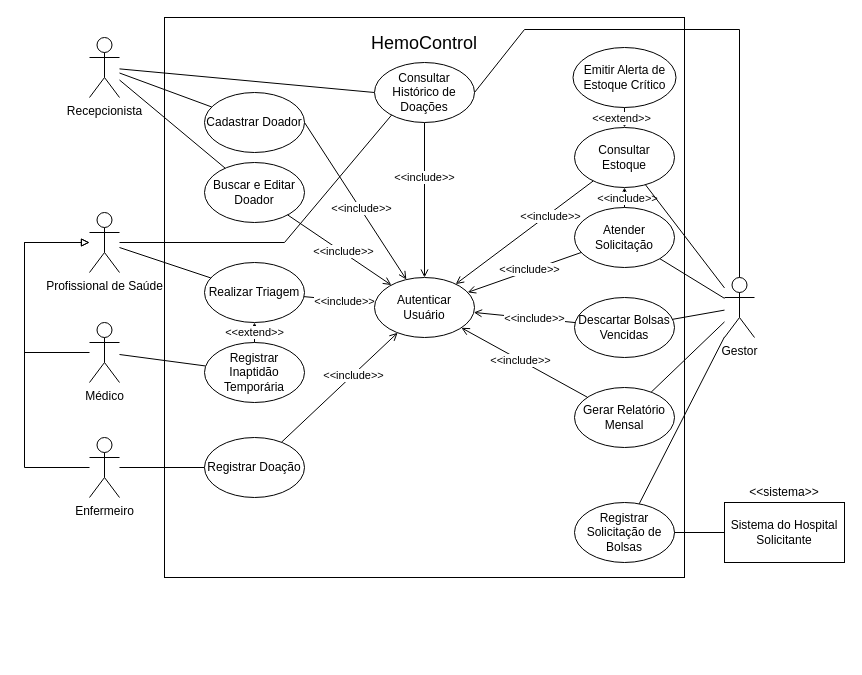
Grabiie/hemocontrol keeps this draw.io diagram as docs/casos-de-uso.drawio. Above is the earlier version. Source tidied: cells renumbered, new cells numbered last; positions are measured from the earlier drawing's top-left corner, leaving out a move shared by most shapes. Both pictures are drawn from the tidied source at 100%, with x=0, y=0 at pixel (24, 17).
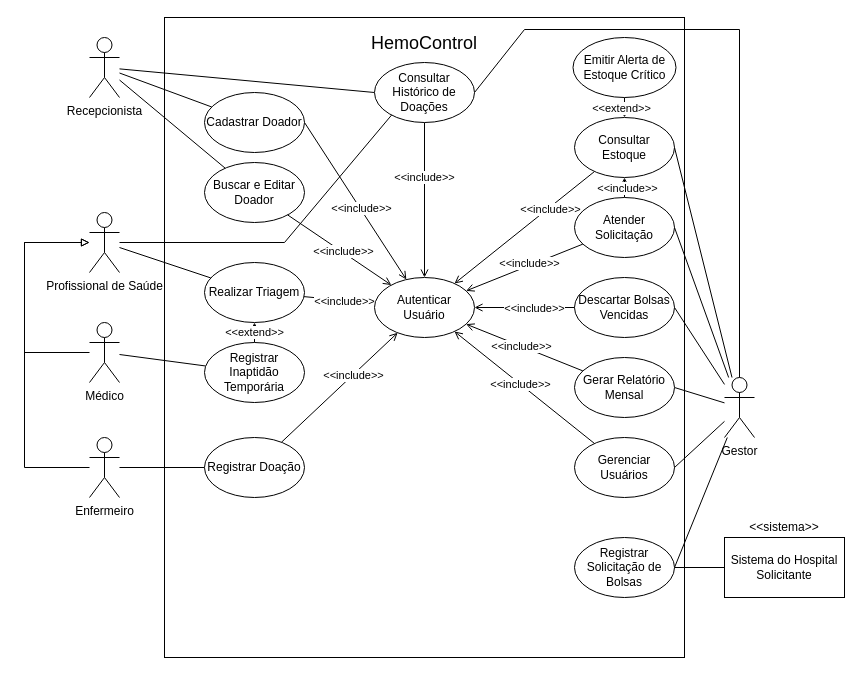
After the change.

Commit message (it also covers changes not shown here):
docs: adiciona RF-14 e atualiza os diagramas

Unchanged cells that the change refers to:
```xml
<mxCell id="40" value="Autenticar Usuário" style="ellipse;whiteSpace=wrap;html=1;shapeInside=1;" parent="1" vertex="1">
  <mxGeometry x="350" y="260" width="100" height="60" as="geometry" />
</mxCell>
```

What changed in the source:
```diff
@@
     <mxCell id="2" style="rounded=0;whiteSpace=wrap;html=1;" parent="1" vertex="1">
-      <mxGeometry x="140" width="520" height="560" as="geometry" />
+      <mxGeometry x="140" width="520" height="640" as="geometry" />
     </mxCell>
@@
     <mxCell id="9" value="Gestor " style="shape=umlActor;verticalLabelPosition=bottom;verticalAlign=top;html=1;outlineConnect=0;labelPerimeter=1;" parent="1" vertex="1">
-      <mxGeometry x="700" y="260" width="30" height="60" as="geometry" />
+      <mxGeometry x="700" y="360" width="30" height="60" as="geometry" />
     </mxCell>
@@
-    <mxCell id="25" style="rounded=0;jettySize=auto;html=1;defaultLabelBackgroundColor=page;endArrow=none;endFill=0;" parent="1" edge="1" source="26" target="9">
+    <mxCell id="25" style="rounded=0;jettySize=auto;html=1;defaultLabelBackgroundColor=page;endArrow=none;endFill=0;exitX=1;exitY=0.5;exitDx=0;exitDy=0;" parent="1" edge="1" source="26" target="9">
       <mxGeometry relative="1" as="geometry" />
     </mxCell>
     <mxCell id="26" value="Registrar Solicitação de Bolsas" style="ellipse;whiteSpace=wrap;html=1;shapeInside=1;" parent="1" vertex="1">
-      <mxGeometry x="550" y="485" width="100" height="60" as="geometry" />
+      <mxGeometry x="550" y="520" width="100" height="60" as="geometry" />
     </mxCell>
@@
     <mxCell id="31" value="Consultar Estoque" style="ellipse;whiteSpace=wrap;html=1;shapeInside=1;" parent="1" vertex="1">
-      <mxGeometry x="550" y="110" width="100" height="60" as="geometry" />
+      <mxGeometry x="550" y="100" width="100" height="60" as="geometry" />
     </mxCell>
@@
     <mxCell id="34" value="Atender Solicitação" style="ellipse;whiteSpace=wrap;html=1;shapeInside=1;" parent="1" vertex="1">
-      <mxGeometry x="550" y="190" width="100" height="60" as="geometry" />
+      <mxGeometry x="550" y="180" width="100" height="60" as="geometry" />
     </mxCell>
     <mxCell id="35" value="Descartar Bolsas Vencidas" style="ellipse;whiteSpace=wrap;html=1;shapeInside=1;" parent="1" vertex="1">
-      <mxGeometry x="550" y="280" width="100" height="60" as="geometry" />
+      <mxGeometry x="550" y="260" width="100" height="60" as="geometry" />
     </mxCell>
-    <mxCell id="36" style="rounded=0;jettySize=auto;html=1;defaultLabelBackgroundColor=page;endArrow=none;endFill=0;" parent="1" edge="1" source="37" target="9">
+    <mxCell id="36" style="rounded=0;jettySize=auto;html=1;defaultLabelBackgroundColor=page;endArrow=none;endFill=0;exitX=1;exitY=0.5;exitDx=0;exitDy=0;" parent="1" edge="1" source="37" target="9">
       <mxGeometry relative="1" as="geometry" />
     </mxCell>
     <mxCell id="37" value="Gerar Relatório Mensal" style="ellipse;whiteSpace=wrap;html=1;shapeInside=1;" parent="1" vertex="1">
-      <mxGeometry x="550" y="370" width="100" height="60" as="geometry" />
+      <mxGeometry x="550" y="340" width="100" height="60" as="geometry" />
     </mxCell>
@@
-    <mxCell id="41" style="rounded=0;jettySize=auto;html=1;defaultLabelBackgroundColor=page;endArrow=none;endFill=0;" parent="1" edge="1" source="35" target="9">
+    <mxCell id="41" style="rounded=0;jettySize=auto;html=1;defaultLabelBackgroundColor=page;endArrow=none;endFill=0;exitX=1;exitY=0.5;exitDx=0;exitDy=0;" parent="1" edge="1" source="35" target="9">
       <mxGeometry relative="1" as="geometry" />
     </mxCell>
-    <mxCell id="42" style="rounded=0;jettySize=auto;html=1;defaultLabelBackgroundColor=page;endArrow=none;endFill=0;" parent="1" edge="1" source="34" target="9">
+    <mxCell id="42" style="rounded=0;jettySize=auto;html=1;defaultLabelBackgroundColor=page;endArrow=none;endFill=0;exitX=1;exitY=0.5;exitDx=0;exitDy=0;" parent="1" edge="1" source="34" target="9">
       <mxGeometry relative="1" as="geometry" />
     </mxCell>
-    <mxCell id="43" style="rounded=0;jettySize=auto;html=1;defaultLabelBackgroundColor=page;endArrow=none;endFill=0;" parent="1" edge="1" source="31" target="9">
+    <mxCell id="43" style="rounded=0;jettySize=auto;html=1;defaultLabelBackgroundColor=page;endArrow=none;endFill=0;exitX=1;exitY=0.5;exitDx=0;exitDy=0;" parent="1" edge="1" source="31" target="9">
       <mxGeometry relative="1" as="geometry" />
     </mxCell>
@@
     <mxCell id="50" value="Emitir Alerta de Estoque Crítico" style="ellipse;whiteSpace=wrap;html=1;shapeInside=1;fontSize=12;" parent="1" vertex="1">
-      <mxGeometry x="548.5" y="30" width="103" height="60" as="geometry" />
+      <mxGeometry x="548.5" y="20" width="103" height="60" as="geometry" />
     </mxCell>
@@
     <mxCell id="53" value="Sistema do Hospital Solicitante" style="rounded=0;whiteSpace=wrap;html=1;" parent="1" vertex="1">
-      <mxGeometry x="700" y="485" width="120" height="60" as="geometry" />
+      <mxGeometry x="700" y="520" width="120" height="60" as="geometry" />
     </mxCell>
     <mxCell id="54" value="&amp;lt;&amp;lt;sistema&amp;gt;&amp;gt;" style="text;html=1;whiteSpace=wrap;strokeColor=none;fillColor=none;align=center;verticalAlign=middle;rounded=0;" parent="1" vertex="1">
-      <mxGeometry x="730" y="460" width="60" height="30" as="geometry" />
+      <mxGeometry x="730" y="495" width="60" height="30" as="geometry" />
     </mxCell>
@@
+    <mxCell id="64" value="Gerenciar Usuários" style="ellipse;whiteSpace=wrap;html=1;shapeInside=1;" parent="1" vertex="1">
+      <mxGeometry x="550" y="420" width="100" height="60" as="geometry" />
+    </mxCell>
+    <mxCell id="65" style="rounded=0;jettySize=auto;html=1;defaultLabelBackgroundColor=page;endArrow=none;endFill=0;exitX=1;exitY=0.5;exitDx=0;exitDy=0;" parent="1" edge="1" source="64" target="9">
+      <mxGeometry relative="1" as="geometry" />
+    </mxCell>
+    <mxCell id="66" style="rounded=0;jettySize=auto;html=1;defaultLabelBackgroundColor=page;flowAnimation=1;endArrow=open;endFill=0;" parent="1" edge="1" source="64" target="40">
+      <mxGeometry relative="1" as="geometry" />
+    </mxCell>
+    <mxCell id="67" value="&amp;lt;&amp;lt;include&amp;gt;&amp;gt;" style="edgeLabel;html=1;align=center;verticalAlign=middle;inheritText=1;defaultLabelBackgroundColor=page;" parent="66" vertex="1">
+      <mxGeometry x="0.07" relative="1" as="geometry" />
+    </mxCell>
```
